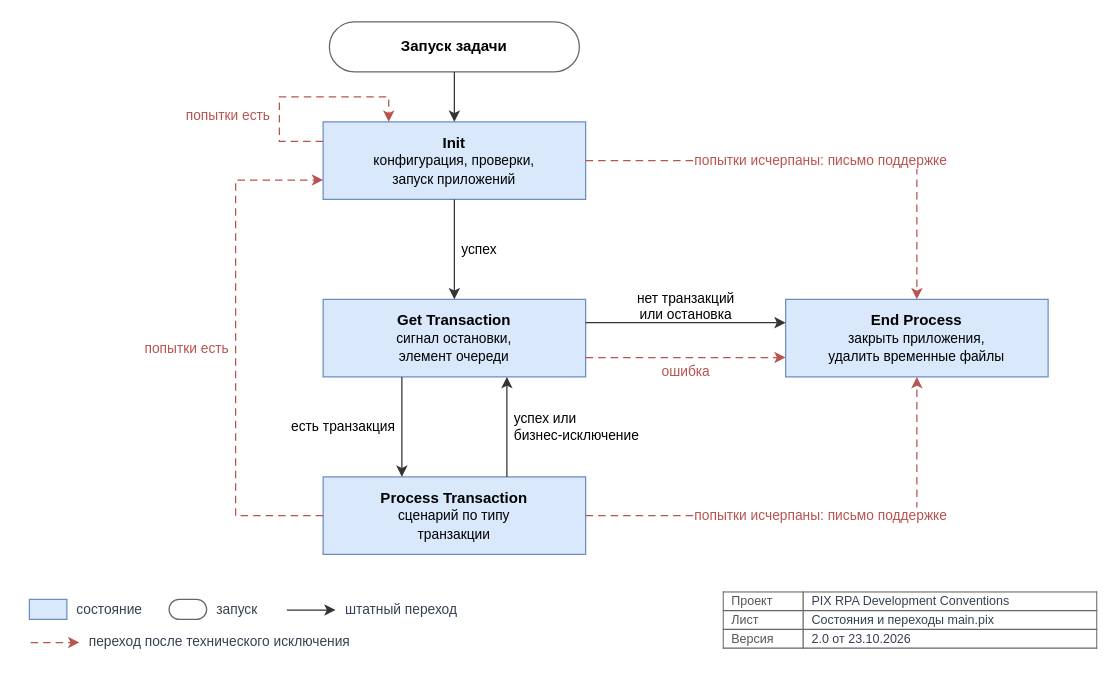
Earlier version of the draw.io diagram page "template / TEMPLATE-02-states" (4 of 6) of images/diagrams.drawio (TheMrDJek/PixRpaDevelopmentConventions). Source tidied: cells renumbered, new cells numbered last; positions are measured from the earlier drawing's top-left corner, leaving out a move shared by most shapes. Both pictures are drawn from the tidied source at 125%, with x=0, y=0 at pixel (29, 21).
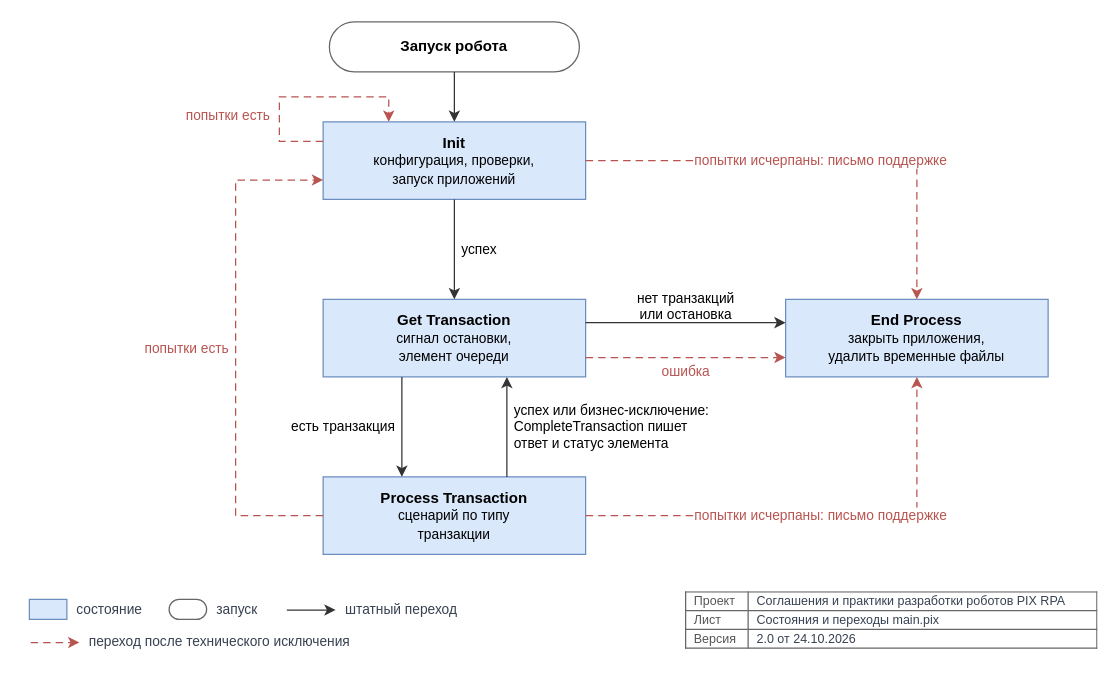
After the change.

The change refers to these unchanged cells:
```xml
<mxCell id="4" value="&lt;b&gt;Get Transaction&lt;/b&gt;&lt;br&gt;&lt;font style=&quot;font-size:11px&quot;&gt;сигнал остановки,&lt;br&gt;элемент очереди&lt;/font&gt;" style="rounded=0;fillColor=#DAE8FC;strokeColor=#6C8EBF;strokeWidth=1;fontColor=#000000;fontSize=12;whiteSpace=wrap;html=1;fontFamily=Helvetica;" parent="1" vertex="1">
  <mxGeometry x="235" y="222" width="210" height="62" as="geometry" />
</mxCell>
<mxCell id="5" value="&lt;b&gt;Process Transaction&lt;/b&gt;&lt;br&gt;&lt;font style=&quot;font-size:11px&quot;&gt;сценарий по типу&lt;br&gt;транзакции&lt;/font&gt;" style="rounded=0;fillColor=#DAE8FC;strokeColor=#6C8EBF;strokeWidth=1;fontColor=#000000;fontSize=12;whiteSpace=wrap;html=1;fontFamily=Helvetica;" parent="1" vertex="1">
  <mxGeometry x="235" y="364" width="210" height="62" as="geometry" />
</mxCell>
```

Change to the diagram source:
```diff
@@
-    <mxCell id="2" value="&lt;b&gt;Запуск задачи&lt;/b&gt;" style="rounded=0;fillColor=#FFFFFF;strokeColor=#666666;strokeWidth=1;fontColor=#000000;fontSize=12;rounded=1;arcSize=50;whiteSpace=wrap;html=1;fontFamily=Helvetica;" parent="1" vertex="1">
+    <mxCell id="2" value="&lt;b&gt;Запуск робота&lt;/b&gt;" style="rounded=0;fillColor=#FFFFFF;strokeColor=#666666;strokeWidth=1;fontColor=#000000;fontSize=12;rounded=1;arcSize=50;whiteSpace=wrap;html=1;fontFamily=Helvetica;" parent="1" vertex="1">
       <mxGeometry x="240" width="200" height="40" as="geometry" />
     </mxCell>
@@
-    <mxCell id="10" value="успех или&lt;br&gt;бизнес-исключение" style="edgeStyle=orthogonalEdgeStyle;rounded=0;html=1;strokeColor=#333333;strokeWidth=1;endArrow=classic;endFill=1;fontSize=11;fontColor=#000000;labelBackgroundColor=#FFFFFF;jumpStyle=arc;jumpSize=8;fontFamily=Helvetica;align=left;spacingLeft=4;labelBackgroundColor=none;exitX=0.7;exitY=0;exitDx=0;exitDy=0;entryX=0.7;entryY=1;entryDx=0;entryDy=0;" parent="1" edge="1" source="5" target="4">
+    <mxCell id="10" value="успех или бизнес-исключение:&lt;br&gt;CompleteTransaction пишет&lt;br&gt;ответ и статус элемента" style="edgeStyle=orthogonalEdgeStyle;rounded=0;html=1;strokeColor=#333333;strokeWidth=1;endArrow=classic;endFill=1;fontSize=11;fontColor=#000000;labelBackgroundColor=#FFFFFF;jumpStyle=arc;jumpSize=8;fontFamily=Helvetica;align=left;spacingLeft=4;labelBackgroundColor=none;exitX=0.7;exitY=0;exitDx=0;exitDy=0;entryX=0.7;entryY=1;entryDx=0;entryDy=0;" parent="1" edge="1" source="5" target="4">
       <mxGeometry relative="1" as="geometry" />
     </mxCell>
@@
-    <mxCell id="30" value="&lt;table style=&quot;border-collapse:collapse;width:100%;font-size:10px&quot;&gt;&lt;tr&gt;&lt;td style=&quot;border:1px solid #666;padding:1px 6px;color:#555&quot;&gt;Проект&lt;/td&gt;&lt;td style=&quot;border:1px solid #666;padding:1px 6px&quot;&gt;PIX RPA Development Conventions&lt;/td&gt;&lt;/tr&gt;&lt;tr&gt;&lt;td style=&quot;border:1px solid #666;padding:1px 6px;color:#555&quot;&gt;Лист&lt;/td&gt;&lt;td style=&quot;border:1px solid #666;padding:1px 6px&quot;&gt;Состояния и переходы main.pix&lt;/td&gt;&lt;/tr&gt;&lt;tr&gt;&lt;td style=&quot;border:1px solid #666;padding:1px 6px;color:#555&quot;&gt;Версия&lt;/td&gt;&lt;td style=&quot;border:1px solid #666;padding:1px 6px&quot;&gt;2.0 от 23.10.2026&lt;/td&gt;&lt;/tr&gt;&lt;/table&gt;" style="text;strokeColor=none;fillColor=none;align=left;verticalAlign=middle;fontSize=12;fontColor=#374151;whiteSpace=wrap;html=1;fontFamily=Helvetica;verticalAlign=top;overflow=fill;" parent="1" vertex="1">
-      <mxGeometry x="555" y="456" width="300" height="54" as="geometry" />
+    <mxCell id="30" value="&lt;table style=&quot;border-collapse:collapse;width:100%;font-size:10px&quot;&gt;&lt;tr&gt;&lt;td style=&quot;border:1px solid #666;padding:1px 6px;color:#555&quot;&gt;Проект&lt;/td&gt;&lt;td style=&quot;border:1px solid #666;padding:1px 6px&quot;&gt;Соглашения и практики разработки роботов PIX RPA&lt;/td&gt;&lt;/tr&gt;&lt;tr&gt;&lt;td style=&quot;border:1px solid #666;padding:1px 6px;color:#555&quot;&gt;Лист&lt;/td&gt;&lt;td style=&quot;border:1px solid #666;padding:1px 6px&quot;&gt;Состояния и переходы main.pix&lt;/td&gt;&lt;/tr&gt;&lt;tr&gt;&lt;td style=&quot;border:1px solid #666;padding:1px 6px;color:#555&quot;&gt;Версия&lt;/td&gt;&lt;td style=&quot;border:1px solid #666;padding:1px 6px&quot;&gt;2.0 от 24.10.2026&lt;/td&gt;&lt;/tr&gt;&lt;/table&gt;" style="text;strokeColor=none;fillColor=none;align=left;verticalAlign=middle;fontSize=12;fontColor=#374151;whiteSpace=wrap;html=1;fontFamily=Helvetica;verticalAlign=top;overflow=fill;" parent="1" vertex="1">
+      <mxGeometry x="525" y="456" width="330" height="54" as="geometry" />
     </mxCell>
```
